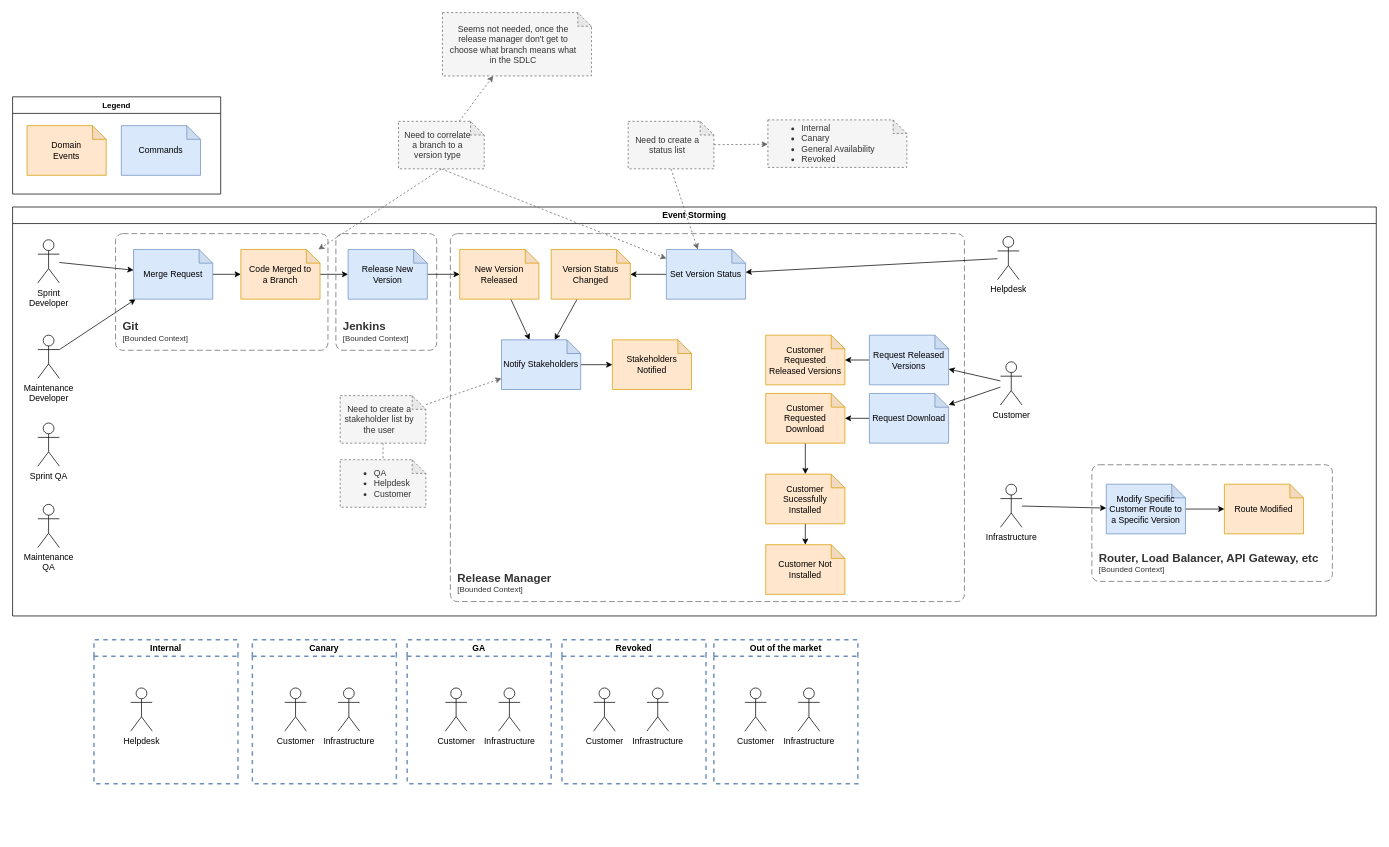
release-manager-2023/concurso-intersystems-2023 keeps this draw.io diagram as page "Event Storming" (1 of 4) of docs/release-manager.drawio. Above is the earlier version. Source tidied: cells renumbered, new cells numbered last; positions are measured from the earlier drawing's top-left corner, leaving out a move shared by most shapes. Both pictures are drawn from the tidied source at 72%, with x=0, y=0 at pixel (12, 12).
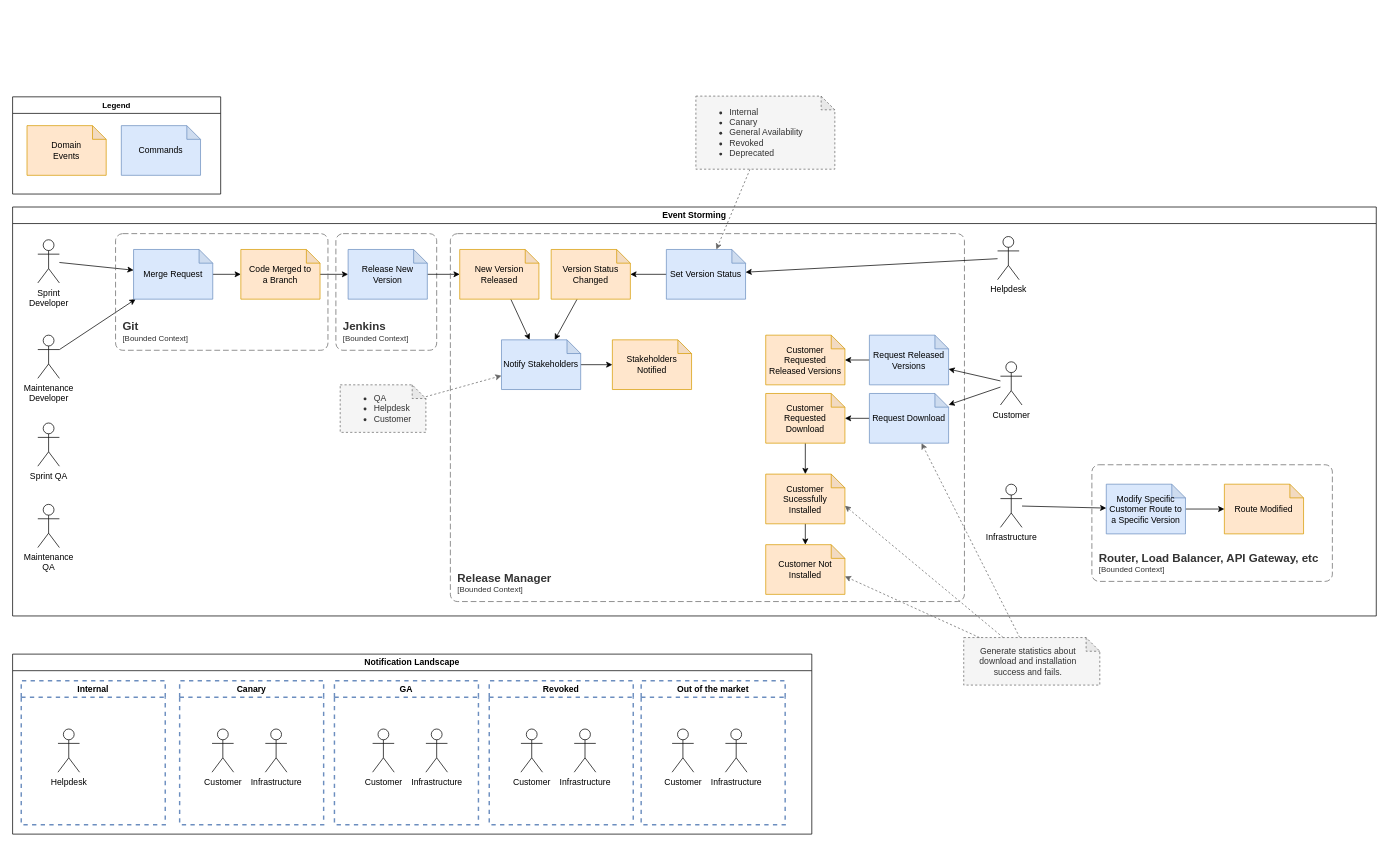
The same diagram, later.

The change refers to these unchanged cells:
```xml
<mxCell id="2" value="Event Storming" style="swimlane;whiteSpace=wrap;html=1;" parent="1" vertex="1">
  <mxGeometry y="270" width="1894" height="568" as="geometry" />
</mxCell>
<mxCell id="10" value="Code Merged to&lt;br&gt;a Branch" style="shape=note;whiteSpace=wrap;html=1;backgroundOutline=1;darkOpacity=0.05;size=19;fillColor=#ffe6cc;strokeColor=#d79b00;" parent="2" vertex="1">
  <mxGeometry x="317" y="59" width="110" height="69" as="geometry" />
</mxCell>
<mxCell id="26" value="Set Version Status" style="shape=note;whiteSpace=wrap;html=1;backgroundOutline=1;darkOpacity=0.05;size=19;fillColor=#dae8fc;strokeColor=#6c8ebf;" parent="2" vertex="1">
  <mxGeometry x="908" y="59" width="110" height="69" as="geometry" />
</mxCell>
<mxCell id="30" value="Notify Stakeholders" style="shape=note;whiteSpace=wrap;html=1;backgroundOutline=1;darkOpacity=0.05;size=19;fillColor=#dae8fc;strokeColor=#6c8ebf;" parent="2" vertex="1">
  <mxGeometry x="679" y="184.5" width="110" height="69" as="geometry" />
</mxCell>
<mxCell id="38" value="Request Download" style="shape=note;whiteSpace=wrap;html=1;backgroundOutline=1;darkOpacity=0.05;size=19;fillColor=#dae8fc;strokeColor=#6c8ebf;" parent="2" vertex="1">
  <mxGeometry x="1190" y="259" width="110" height="69" as="geometry" />
</mxCell>
<mxCell id="50" value="Customer Sucessfully Installed" style="shape=note;whiteSpace=wrap;html=1;backgroundOutline=1;darkOpacity=0.05;size=19;fillColor=#ffe6cc;strokeColor=#d79b00;" parent="2" vertex="1">
  <mxGeometry x="1046" y="371" width="110" height="69" as="geometry" />
</mxCell>
<mxCell id="51" value="Customer Not Installed" style="shape=note;whiteSpace=wrap;html=1;backgroundOutline=1;darkOpacity=0.05;size=19;fillColor=#ffe6cc;strokeColor=#d79b00;" parent="2" vertex="1">
  <mxGeometry x="1046" y="469" width="110" height="69" as="geometry" />
</mxCell>
```

Change to the diagram source:
```diff
@@
-    <mxCell id="39" style="edgeStyle=none;shape=connector;rounded=0;jettySize=auto;html=1;labelBackgroundColor=default;strokeColor=#666666;align=center;verticalAlign=middle;fontFamily=Helvetica;fontSize=11;fontColor=default;endArrow=classic;fillColor=#f5f5f5;dashed=1;" parent="2" edge="1" source="40" target="30">
+    <mxCell id="39" style="edgeStyle=none;shape=connector;rounded=0;jettySize=auto;html=1;labelBackgroundColor=default;strokeColor=#666666;align=center;verticalAlign=middle;fontFamily=Helvetica;fontSize=11;fontColor=default;endArrow=classic;fillColor=#f5f5f5;dashed=1;" parent="2" edge="1" source="41" target="30">
       <mxGeometry relative="1" as="geometry" />
     </mxCell>
-    <mxCell id="40" value="Need to create a stakeholder list by the user" style="shape=note;whiteSpace=wrap;html=1;backgroundOutline=1;darkOpacity=0.05;size=19;fillColor=#f5f5f5;strokeColor=#666666;fontColor=#333333;dashed=1;spacing=2;spacingRight=15;spacingLeft=5;" parent="2" vertex="1">
-      <mxGeometry x="455" y="262" width="119" height="66" as="geometry" />
-    </mxCell>
     <mxCell id="41" value="&lt;ul&gt;&lt;li&gt;&lt;span style=&quot;background-color: initial;&quot;&gt;QA&lt;/span&gt;&lt;/li&gt;&lt;li&gt;&lt;span style=&quot;background-color: initial;&quot;&gt;Helpdesk&lt;/span&gt;&lt;/li&gt;&lt;li&gt;&lt;span style=&quot;background-color: initial;&quot;&gt;Customer&lt;/span&gt;&lt;/li&gt;&lt;/ul&gt;" style="shape=note;whiteSpace=wrap;html=1;backgroundOutline=1;darkOpacity=0.05;size=19;fillColor=#f5f5f5;strokeColor=#666666;fontColor=#333333;dashed=1;spacing=2;spacingRight=15;spacingLeft=5;align=left;" parent="2" vertex="1">
-      <mxGeometry x="455" y="351" width="119" height="66" as="geometry" />
+      <mxGeometry x="455" y="247" width="119" height="66" as="geometry" />
     </mxCell>
-    <mxCell id="42" style="edgeStyle=none;shape=connector;rounded=0;jettySize=auto;html=1;labelBackgroundColor=default;strokeColor=#666666;align=center;verticalAlign=middle;fontFamily=Helvetica;fontSize=11;fontColor=default;endArrow=none;fillColor=#f5f5f5;endFill=0;dashed=1;" parent="2" edge="1" source="40" target="41">
-      <mxGeometry relative="1" as="geometry" />
-    </mxCell>
@@
-    <mxCell id="52" style="edgeStyle=none;shape=connector;rounded=0;jettySize=auto;html=1;exitX=0.5;exitY=1;exitDx=0;exitDy=0;exitPerimeter=0;labelBackgroundColor=default;strokeColor=#666666;align=center;verticalAlign=middle;fontFamily=Helvetica;fontSize=11;fontColor=default;endArrow=classic;dashed=1;fillColor=#f5f5f5;" parent="1" edge="1" source="55" target="26">
-      <mxGeometry relative="1" as="geometry" />
-    </mxCell>
-    <mxCell id="53" style="edgeStyle=none;shape=connector;rounded=0;jettySize=auto;html=1;exitX=0.5;exitY=1;exitDx=0;exitDy=0;exitPerimeter=0;labelBackgroundColor=default;strokeColor=#666666;align=center;verticalAlign=middle;fontFamily=Helvetica;fontSize=11;fontColor=default;endArrow=classic;dashed=1;fillColor=#f5f5f5;" parent="1" edge="1" source="55" target="10">
-      <mxGeometry relative="1" as="geometry" />
-    </mxCell>
-    <mxCell id="54" style="rounded=0;jettySize=auto;html=1;fillColor=#f5f5f5;strokeColor=#666666;dashed=1;" parent="1" edge="1" source="55" target="63">
-      <mxGeometry relative="1" as="geometry" />
-    </mxCell>
-    <mxCell id="55" value="Need to correlate a branch to a version type" style="shape=note;whiteSpace=wrap;html=1;backgroundOutline=1;darkOpacity=0.05;size=19;fillColor=#f5f5f5;strokeColor=#666666;fontColor=#333333;dashed=1;spacing=2;spacingRight=15;spacingLeft=5;" parent="1" vertex="1">
-      <mxGeometry x="536" y="151" width="119" height="66" as="geometry" />
-    </mxCell>
-    <mxCell id="56" style="edgeStyle=none;shape=connector;rounded=0;jettySize=auto;html=1;exitX=0.5;exitY=1;exitDx=0;exitDy=0;exitPerimeter=0;labelBackgroundColor=default;strokeColor=#666666;align=center;verticalAlign=middle;fontFamily=Helvetica;fontSize=11;fontColor=default;endArrow=classic;fillColor=#f5f5f5;dashed=1;" parent="1" edge="1" source="58" target="26">
+    <mxCell id="56" style="edgeStyle=none;shape=connector;rounded=0;jettySize=auto;html=1;labelBackgroundColor=default;strokeColor=#666666;align=center;verticalAlign=middle;fontFamily=Helvetica;fontSize=11;fontColor=default;endArrow=classic;fillColor=#f5f5f5;dashed=1;" parent="1" edge="1" source="62" target="26">
       <mxGeometry relative="1" as="geometry" />
     </mxCell>
-    <mxCell id="57" style="edgeStyle=none;shape=connector;rounded=0;jettySize=auto;html=1;labelBackgroundColor=default;strokeColor=#666666;align=center;verticalAlign=middle;fontFamily=Helvetica;fontSize=11;fontColor=default;endArrow=classic;dashed=1;fillColor=#f5f5f5;" parent="1" edge="1" source="58" target="62">
-      <mxGeometry relative="1" as="geometry" />
-    </mxCell>
-    <mxCell id="58" value="Need to create a status list" style="shape=note;whiteSpace=wrap;html=1;backgroundOutline=1;darkOpacity=0.05;size=19;fillColor=#f5f5f5;strokeColor=#666666;fontColor=#333333;dashed=1;spacing=2;spacingRight=15;spacingLeft=5;" parent="1" vertex="1">
-      <mxGeometry x="855" y="151" width="119" height="66" as="geometry" />
-    </mxCell>
@@
-    <mxCell id="62" value="&lt;ul&gt;&lt;li&gt;Internal&lt;/li&gt;&lt;li&gt;&lt;span style=&quot;background-color: initial;&quot;&gt;Canary&lt;/span&gt;&lt;/li&gt;&lt;li&gt;&lt;span style=&quot;background-color: initial;&quot;&gt;General Availability&lt;/span&gt;&lt;/li&gt;&lt;li&gt;Revoked&lt;/li&gt;&lt;/ul&gt;" style="shape=note;whiteSpace=wrap;html=1;backgroundOutline=1;darkOpacity=0.05;size=19;fillColor=#f5f5f5;strokeColor=#666666;fontColor=#333333;dashed=1;spacing=2;spacingRight=15;spacingLeft=5;align=left;" parent="1" vertex="1">
-      <mxGeometry x="1049" y="149" width="193" height="66" as="geometry" />
+    <mxCell id="62" value="&lt;ul&gt;&lt;li&gt;Internal&lt;/li&gt;&lt;li&gt;&lt;span style=&quot;background-color: initial;&quot;&gt;Canary&lt;/span&gt;&lt;/li&gt;&lt;li&gt;&lt;span style=&quot;background-color: initial;&quot;&gt;General Availability&lt;/span&gt;&lt;/li&gt;&lt;li&gt;Revoked&lt;/li&gt;&lt;li&gt;Deprecated&lt;/li&gt;&lt;/ul&gt;" style="shape=note;whiteSpace=wrap;html=1;backgroundOutline=1;darkOpacity=0.05;size=19;fillColor=#f5f5f5;strokeColor=#666666;fontColor=#333333;dashed=1;spacing=2;spacingRight=15;spacingLeft=5;align=left;" parent="1" vertex="1">
+      <mxGeometry x="949" y="116" width="193" height="101.5" as="geometry" />
     </mxCell>
-    <mxCell id="63" value="Seems not needed, once the release manager don't get to choose what branch means what in the SDLC" style="shape=note;whiteSpace=wrap;html=1;backgroundOutline=1;darkOpacity=0.05;size=19;fillColor=#f5f5f5;strokeColor=#666666;fontColor=#333333;dashed=1;spacing=2;spacingRight=15;spacingLeft=5;" parent="1" vertex="1">
-      <mxGeometry x="597" width="207" height="88" as="geometry" />
-    </mxCell>
+    <mxCell id="78" value="Notification Landscape" style="swimlane;whiteSpace=wrap;html=1;" parent="1" vertex="1">
+      <mxGeometry y="891" width="1110" height="250" as="geometry" />
+    </mxCell>
-    <mxCell id="64" value="Internal" style="swimlane;whiteSpace=wrap;html=1;dashed=1;strokeWidth=2;fillColor=none;strokeColor=#6c8ebf;" parent="1" vertex="1">
-      <mxGeometry x="113" y="871" width="200" height="200" as="geometry" />
+    <mxCell id="64" value="Internal" style="swimlane;whiteSpace=wrap;html=1;dashed=1;strokeWidth=2;fillColor=none;strokeColor=#6c8ebf;" parent="78" vertex="1">
+      <mxGeometry x="12" y="37" width="200" height="200" as="geometry" />
     </mxCell>
@@
-    <mxCell id="66" value="Canary" style="swimlane;whiteSpace=wrap;html=1;dashed=1;strokeWidth=2;fillColor=none;strokeColor=#6c8ebf;" parent="1" vertex="1">
-      <mxGeometry x="333" y="871" width="200" height="200" as="geometry" />
+    <mxCell id="66" value="Canary" style="swimlane;whiteSpace=wrap;html=1;dashed=1;strokeWidth=2;fillColor=none;strokeColor=#6c8ebf;" parent="78" vertex="1">
+      <mxGeometry x="232" y="37" width="200" height="200" as="geometry" />
     </mxCell>
@@
-    <mxCell id="69" value="GA" style="swimlane;whiteSpace=wrap;html=1;dashed=1;strokeWidth=2;fillColor=none;strokeColor=#6c8ebf;" parent="1" vertex="1">
-      <mxGeometry x="548" y="871" width="200" height="200" as="geometry" />
+    <mxCell id="69" value="GA" style="swimlane;whiteSpace=wrap;html=1;dashed=1;strokeWidth=2;fillColor=none;strokeColor=#6c8ebf;" parent="78" vertex="1">
+      <mxGeometry x="447" y="37" width="200" height="200" as="geometry" />
     </mxCell>
@@
-    <mxCell id="72" value="Revoked" style="swimlane;whiteSpace=wrap;html=1;dashed=1;strokeWidth=2;fillColor=none;strokeColor=#6c8ebf;" parent="1" vertex="1">
-      <mxGeometry x="763" y="871" width="200" height="200" as="geometry" />
+    <mxCell id="72" value="Revoked" style="swimlane;whiteSpace=wrap;html=1;dashed=1;strokeWidth=2;fillColor=none;strokeColor=#6c8ebf;" parent="78" vertex="1">
+      <mxGeometry x="662" y="37" width="200" height="200" as="geometry" />
     </mxCell>
@@
-    <mxCell id="75" value="Out of the market" style="swimlane;whiteSpace=wrap;html=1;dashed=1;strokeWidth=2;fillColor=none;strokeColor=#6c8ebf;" parent="1" vertex="1">
-      <mxGeometry x="974" y="871" width="200" height="200" as="geometry" />
+    <mxCell id="75" value="Out of the market" style="swimlane;whiteSpace=wrap;html=1;dashed=1;strokeWidth=2;fillColor=none;strokeColor=#6c8ebf;" parent="78" vertex="1">
+      <mxGeometry x="873" y="37" width="200" height="200" as="geometry" />
     </mxCell>
@@
+    <mxCell id="79" style="rounded=0;jettySize=auto;html=1;dashed=1;fillColor=#f5f5f5;strokeColor=#666666;" parent="1" edge="1" source="80" target="38">
+      <mxGeometry relative="1" as="geometry" />
+    </mxCell>
+    <mxCell id="80" value="Generate statistics about download and installation success and fails." style="shape=note;whiteSpace=wrap;html=1;backgroundOutline=1;darkOpacity=0.05;size=19;fillColor=#f5f5f5;strokeColor=#666666;fontColor=#333333;dashed=1;spacing=2;spacingRight=15;spacingLeft=5;" parent="1" vertex="1">
+      <mxGeometry x="1321" y="868" width="189" height="66" as="geometry" />
+    </mxCell>
+    <mxCell id="81" style="rounded=0;jettySize=auto;html=1;entryX=0;entryY=0;entryDx=110;entryDy=44;entryPerimeter=0;dashed=1;fillColor=#f5f5f5;strokeColor=#666666;" parent="1" edge="1" source="80" target="50">
+      <mxGeometry relative="1" as="geometry" />
+    </mxCell>
+    <mxCell id="82" style="rounded=0;jettySize=auto;html=1;entryX=0;entryY=0;entryDx=110;entryDy=44;entryPerimeter=0;dashed=1;fillColor=#f5f5f5;strokeColor=#666666;" parent="1" edge="1" source="80" target="51">
+      <mxGeometry relative="1" as="geometry" />
+    </mxCell>
```
